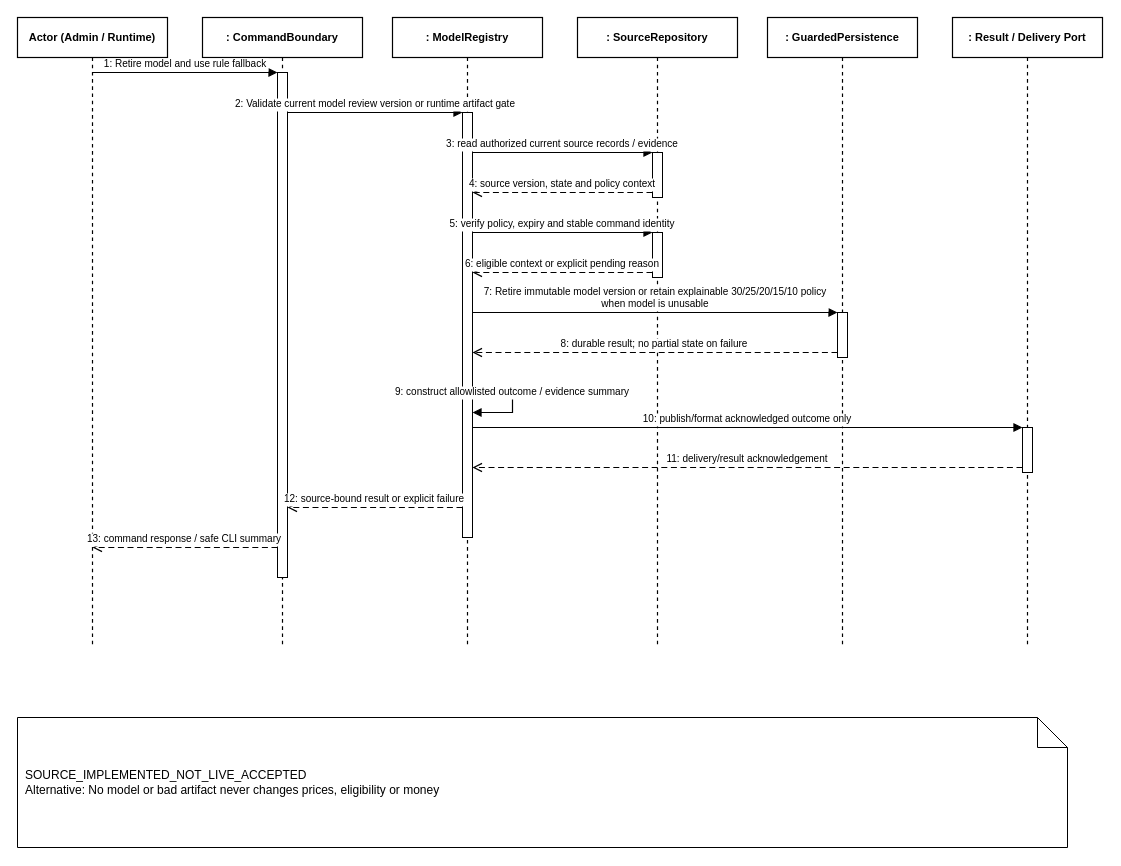
ngocthanhhx7/SEP490_G101_FALL2026 keeps this draw.io diagram as doc/reports/report4/sequence/ai-06.drawio. Above is the earlier version. Source tidied: cells renumbered, new cells numbered last; positions are measured from the earlier drawing's top-left corner, leaving out a move shared by most shapes. Both pictures are drawn from the tidied source at 100%, with x=0, y=0 at pixel (17, 17).
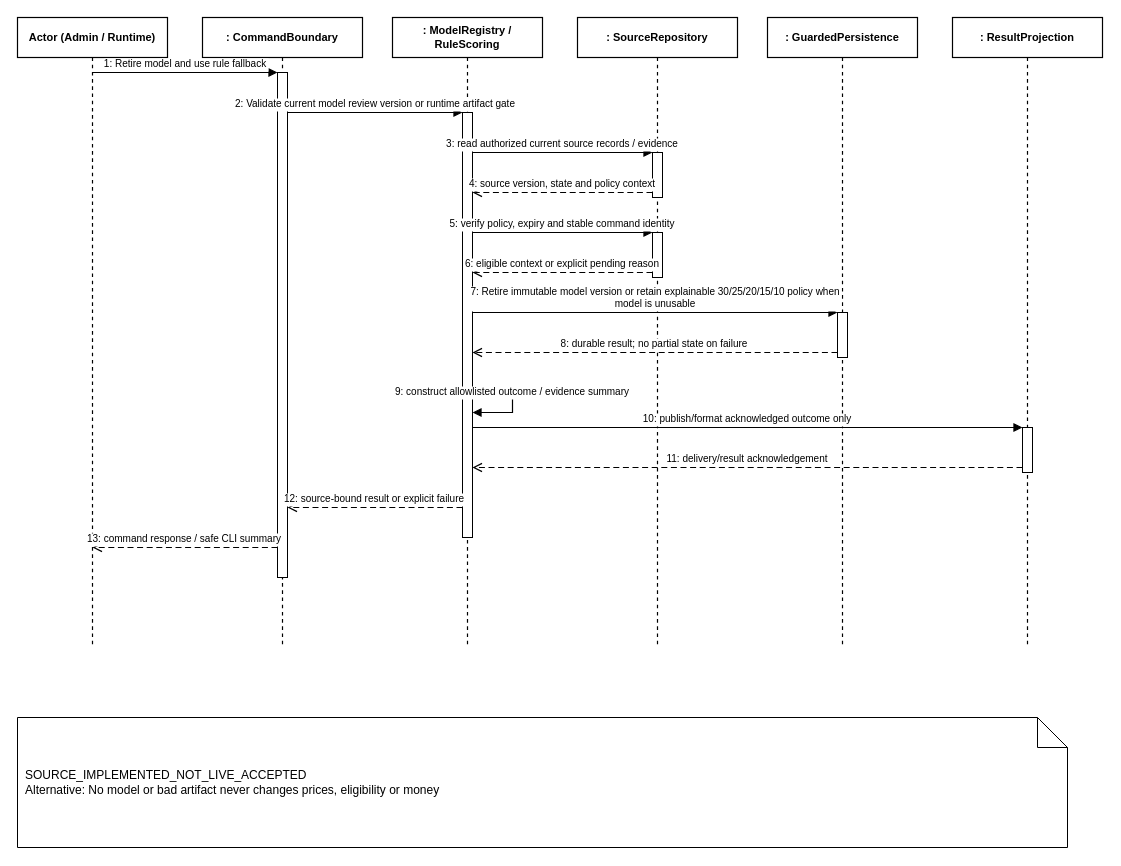
The same diagram, later.

The edit, as a diff of the source:
```diff
@@
-    <mxCell id="4" value=": ModelRegistry" style="shape=umlLifeline;perimeter=lifelinePerimeter;whiteSpace=wrap;html=0;size=40;fillColor=#FFFFFF;strokeColor=#000000;strokeWidth=1.2;fontStyle=1;fontSize=11;align=center;" parent="1" vertex="1">
+    <mxCell id="4" value=": ModelRegistry / RuleScoring" style="shape=umlLifeline;perimeter=lifelinePerimeter;whiteSpace=wrap;html=0;size=40;fillColor=#FFFFFF;strokeColor=#000000;strokeWidth=1.2;fontStyle=1;fontSize=11;align=center;" parent="1" vertex="1">
       <mxGeometry x="375" width="150" height="630" as="geometry" />
     </mxCell>
@@
-    <mxCell id="7" value=": Result / Delivery Port" style="shape=umlLifeline;perimeter=lifelinePerimeter;whiteSpace=wrap;html=0;size=40;fillColor=#FFFFFF;strokeColor=#000000;strokeWidth=1.2;fontStyle=1;fontSize=11;align=center;" parent="1" vertex="1">
+    <mxCell id="7" value=": ResultProjection" style="shape=umlLifeline;perimeter=lifelinePerimeter;whiteSpace=wrap;html=0;size=40;fillColor=#FFFFFF;strokeColor=#000000;strokeWidth=1.2;fontStyle=1;fontSize=11;align=center;" parent="1" vertex="1">
       <mxGeometry x="935" width="150" height="630" as="geometry" />
     </mxCell>
@@
-    <mxCell id="20" value="7: Retire immutable model version or retain explainable 30/25/20/15/10 policy&#10;when model is unusable" style="html=0;verticalAlign=bottom;endArrow=block;endFill=1;strokeColor=#000000;strokeWidth=1.2;fontSize=10;fontColor=#000000;edgeStyle=orthogonalEdgeStyle;rounded=0;" parent="1" edge="1">
+    <mxCell id="20" value="7: Retire immutable model version or retain explainable 30/25/20/15/10 policy when&#10;model is unusable" style="html=0;verticalAlign=bottom;endArrow=block;endFill=1;strokeColor=#000000;strokeWidth=1.2;fontSize=10;fontColor=#000000;edgeStyle=orthogonalEdgeStyle;rounded=0;" parent="1" edge="1">
       <mxGeometry relative="1" as="geometry">
         <mxPoint x="455" y="295" as="sourcePoint" />
         <mxPoint x="820" y="295" as="targetPoint" />
       </mxGeometry>
     </mxCell>
```
